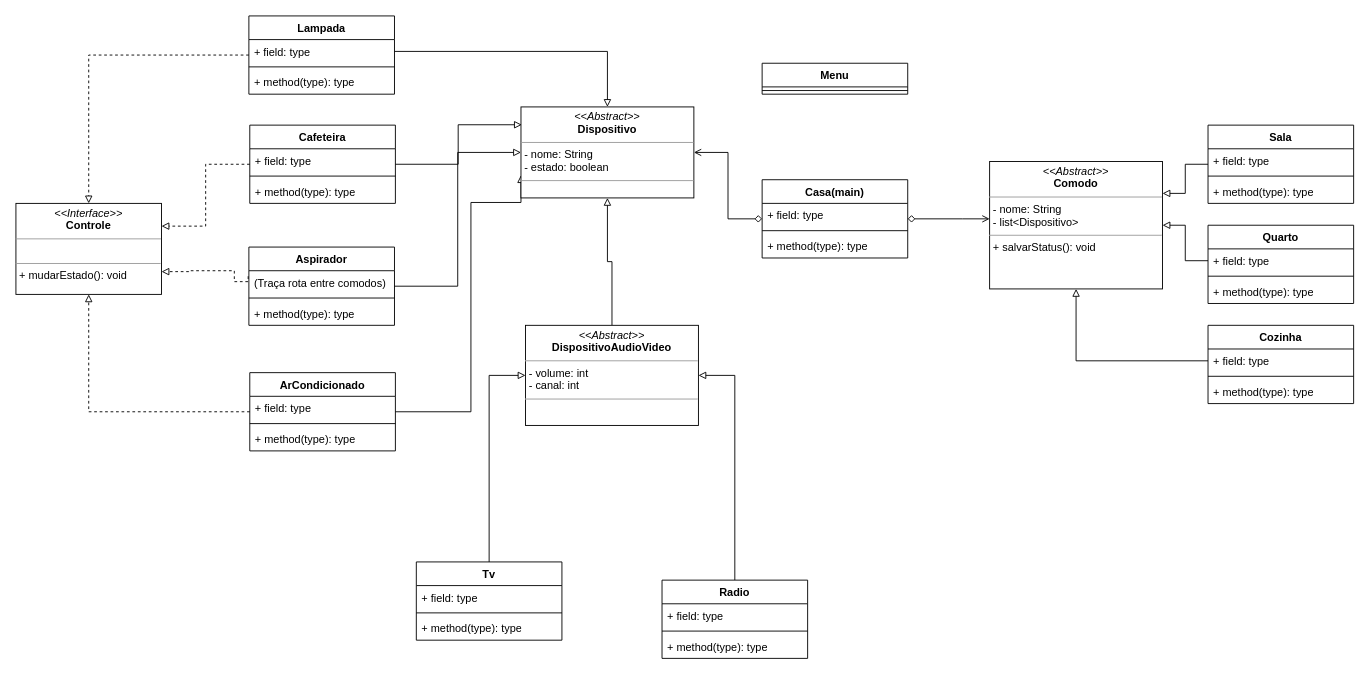
Before: TrabFinal.drawio in luiz-ccm/Trab-Final, a draw.io diagram. Source tidied: cells renumbered, new cells numbered last; positions are measured from the earlier drawing's top-left corner, leaving out a move shared by most shapes. Both pictures are drawn from the tidied source at 91%, with x=0, y=0 at pixel (15, 15).
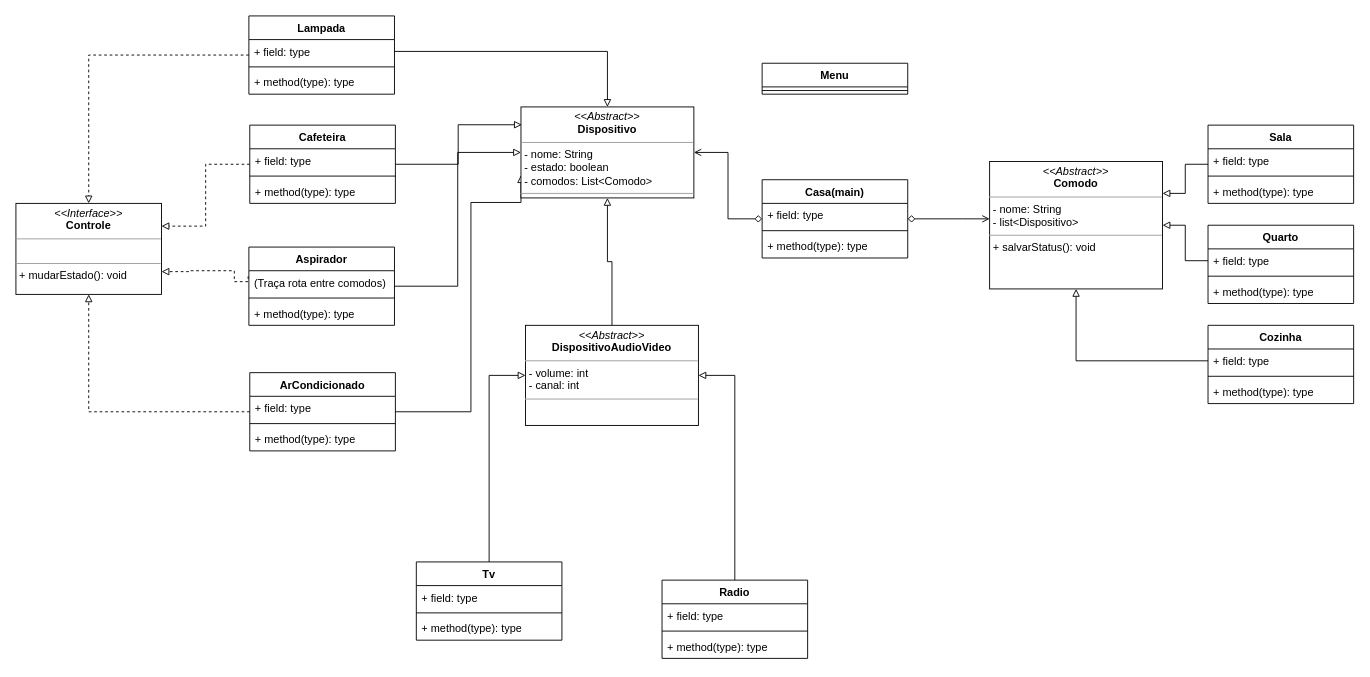
After the change.

Diff of the diagram source:
```diff
@@
-    <mxCell id="61" value="&lt;p style=&quot;margin:0px;margin-top:4px;text-align:center;&quot;&gt;&lt;i&gt;&amp;lt;&amp;lt;Abstract&amp;gt;&amp;gt;&lt;/i&gt;&lt;br&gt;&lt;b&gt;Dispositivo&lt;/b&gt;&lt;/p&gt;&lt;hr size=&quot;1&quot;&gt;&lt;p style=&quot;margin:0px;margin-left:4px;&quot;&gt;- nome: String&lt;/p&gt;&lt;p style=&quot;margin:0px;margin-left:4px;&quot;&gt;- estado: boolean&lt;/p&gt;&lt;hr size=&quot;1&quot;&gt;&lt;p style=&quot;margin:0px;margin-left:4px;&quot;&gt;&lt;br&gt;&lt;/p&gt;" style="verticalAlign=top;align=left;overflow=fill;fontSize=12;fontFamily=Helvetica;html=1;whiteSpace=wrap;" parent="1" vertex="1">
+    <mxCell id="61" value="&lt;p style=&quot;margin:0px;margin-top:4px;text-align:center;&quot;&gt;&lt;i&gt;&amp;lt;&amp;lt;Abstract&amp;gt;&amp;gt;&lt;/i&gt;&lt;br&gt;&lt;b&gt;Dispositivo&lt;/b&gt;&lt;/p&gt;&lt;hr size=&quot;1&quot;&gt;&lt;p style=&quot;margin:0px;margin-left:4px;&quot;&gt;- nome: String&lt;/p&gt;&lt;p style=&quot;margin:0px;margin-left:4px;&quot;&gt;- estado: boolean&lt;/p&gt;&lt;p style=&quot;margin:0px;margin-left:4px;&quot;&gt;- comodos: List&amp;lt;Comodo&amp;gt;&lt;/p&gt;&lt;hr size=&quot;1&quot;&gt;&lt;p style=&quot;margin:0px;margin-left:4px;&quot;&gt;&lt;br&gt;&lt;/p&gt;" style="verticalAlign=top;align=left;overflow=fill;fontSize=12;fontFamily=Helvetica;html=1;whiteSpace=wrap;" parent="1" vertex="1">
       <mxGeometry x="555" y="100" width="190" height="100" as="geometry" />
     </mxCell>
```
